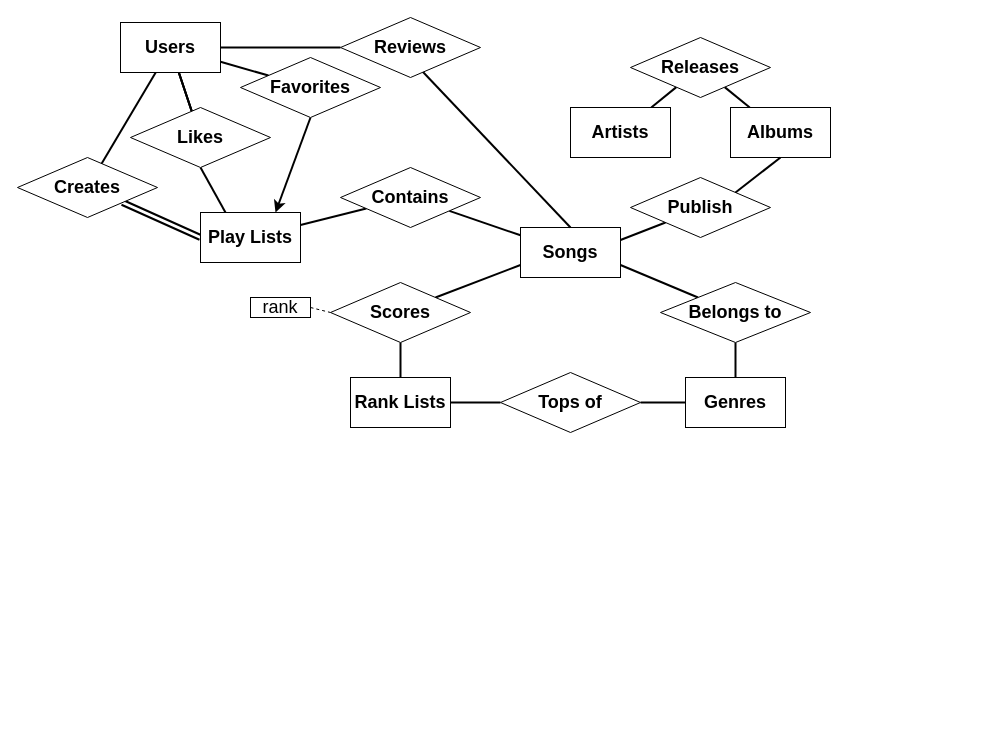
The draw.io diagram ER.drawio in 3170-musk-cattle/diagrams, before the edit. Source tidied: cells renumbered, new cells numbered last; positions are measured from the earlier drawing's top-left corner, leaving out a move shared by most shapes. Both pictures are drawn from the tidied source at 100%, with x=0, y=0 at pixel (17, 17).
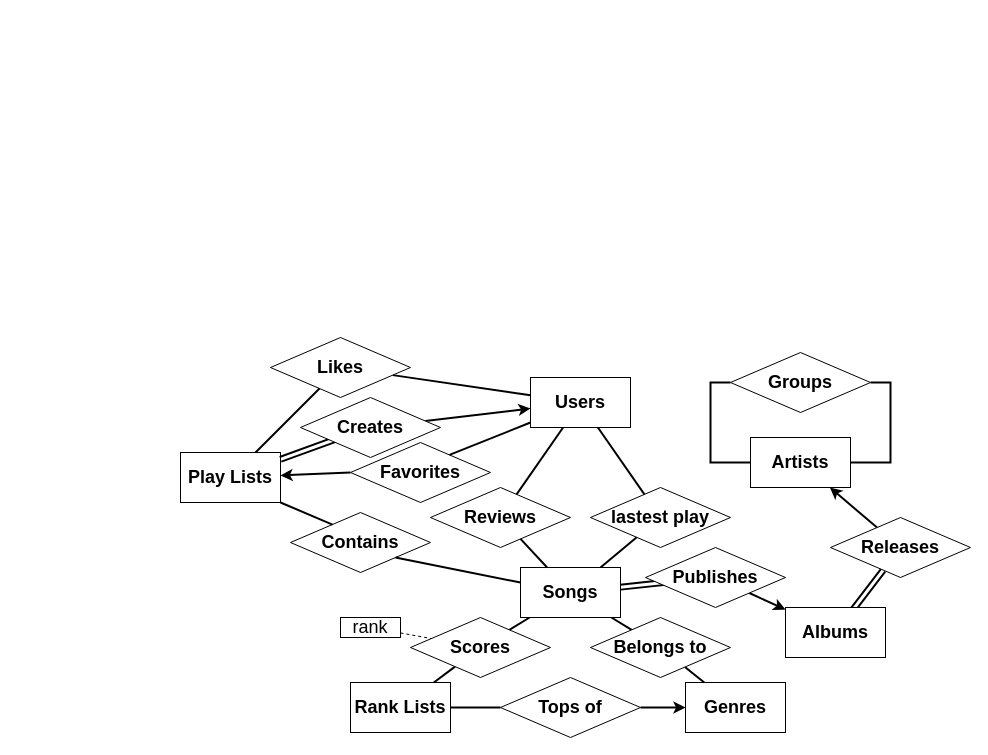
Above is the later version.

Change to the diagram source:
```diff
@@
-    <mxCell id="2" style="edgeStyle=none;rounded=0;jettySize=auto;html=1;exitX=1;exitY=1;exitDx=0;exitDy=0;entryX=0;entryY=0.5;entryDx=0;entryDy=0;fontSize=18;endArrow=none;endFill=0;strokeWidth=2;shape=link;" parent="1" edge="1" source="26" target="7">
-      <mxGeometry relative="1" as="geometry" />
-    </mxCell>
+    <mxCell id="43" style="edgeStyle=none;rounded=0;jettySize=auto;html=1;fontSize=18;startArrow=none;startFill=0;endArrow=none;endFill=0;strokeWidth=2;shape=link;entryX=0.5;entryY=0.5;entryDx=0;entryDy=0;entryPerimeter=0;" parent="1" edge="1" source="42" target="13">
+      <mxGeometry relative="1" as="geometry" />
+    </mxCell>
+    <mxCell id="44" style="edgeStyle=none;rounded=0;jettySize=auto;html=1;fontSize=18;endArrow=none;endFill=0;strokeWidth=2;" parent="1" edge="1" source="5" target="24">
+      <mxGeometry relative="1" as="geometry" />
+    </mxCell>
-    <mxCell id="3" style="edgeStyle=none;rounded=0;jettySize=auto;html=1;exitX=1;exitY=0.75;exitDx=0;exitDy=0;entryX=0;entryY=0;entryDx=0;entryDy=0;fontSize=18;endArrow=none;endFill=0;strokeWidth=2;" parent="1" edge="1" source="5" target="36">
+    <mxCell id="3" style="edgeStyle=none;rounded=0;jettySize=auto;html=1;fontSize=18;endArrow=none;endFill=0;strokeWidth=2;" parent="1" edge="1" source="5" target="36">
       <mxGeometry relative="1" as="geometry" />
     </mxCell>
-    <mxCell id="4" style="edgeStyle=none;rounded=0;jettySize=auto;html=1;exitX=1;exitY=0.25;exitDx=0;exitDy=0;entryX=0;entryY=1;entryDx=0;entryDy=0;fontSize=18;endArrow=none;endFill=0;strokeWidth=2;" parent="1" edge="1" source="5" target="34">
-      <mxGeometry relative="1" as="geometry" />
-    </mxCell>
+    <mxCell id="45" style="edgeStyle=none;rounded=0;jettySize=auto;html=1;fontSize=18;endArrow=none;endFill=0;strokeWidth=2;" parent="1" edge="1" source="5" target="53">
+      <mxGeometry relative="1" as="geometry" />
+    </mxCell>
     <mxCell id="5" value="&lt;b&gt;&lt;font style=&quot;font-size: 18px&quot;&gt;Songs&lt;/font&gt;&lt;/b&gt;" style="rounded=0;whiteSpace=wrap;html=1;" parent="1" vertex="1">
-      <mxGeometry x="503" y="210" width="100" height="50" as="geometry" />
+      <mxGeometry x="503" y="550" width="100" height="50" as="geometry" />
     </mxCell>
-    <mxCell id="6" style="edgeStyle=none;rounded=0;jettySize=auto;html=1;fontSize=18;endArrow=none;endFill=0;strokeWidth=2;" parent="1" edge="1" source="7" target="9">
-      <mxGeometry relative="1" as="geometry" />
-    </mxCell>
     <mxCell id="7" value="&lt;b&gt;&lt;font style=&quot;font-size: 18px&quot;&gt;Play Lists&lt;/font&gt;&lt;/b&gt;" style="rounded=0;whiteSpace=wrap;html=1;" parent="1" vertex="1">
-      <mxGeometry x="183" y="195" width="100" height="50" as="geometry" />
+      <mxGeometry x="163" y="435" width="100" height="50" as="geometry" />
     </mxCell>
-    <mxCell id="8" style="edgeStyle=none;rounded=0;jettySize=auto;html=1;fontSize=18;endArrow=none;endFill=0;strokeWidth=2;" parent="1" edge="1" source="9" target="5">
-      <mxGeometry relative="1" as="geometry" />
-    </mxCell>
     <mxCell id="9" value="&lt;b&gt;Contains&lt;/b&gt;" style="rhombus;whiteSpace=wrap;html=1;fontSize=18;" parent="1" vertex="1">
-      <mxGeometry x="323" y="150" width="140" height="60" as="geometry" />
+      <mxGeometry x="273" y="495" width="140" height="60" as="geometry" />
     </mxCell>
-    <mxCell id="10" style="edgeStyle=none;rounded=0;jettySize=auto;html=1;exitX=0;exitY=0.5;exitDx=0;exitDy=0;entryX=1;entryY=0.5;entryDx=0;entryDy=0;fontSize=18;endArrow=none;endFill=0;strokeWidth=2;" parent="1" edge="1" source="11" target="37">
+    <mxCell id="10" style="edgeStyle=none;rounded=0;jettySize=auto;html=1;exitX=0;exitY=0.5;exitDx=0;exitDy=0;entryX=1;entryY=0.5;entryDx=0;entryDy=0;fontSize=18;endArrow=none;endFill=0;strokeWidth=2;startArrow=classic;startFill=1;" parent="1" edge="1" source="11" target="37">
       <mxGeometry relative="1" as="geometry" />
     </mxCell>
     <mxCell id="11" value="&lt;b&gt;&lt;font style=&quot;font-size: 18px&quot;&gt;Genres&lt;br&gt;&lt;/font&gt;&lt;/b&gt;" style="rounded=0;whiteSpace=wrap;html=1;" parent="1" vertex="1">
-      <mxGeometry x="668" y="360" width="100" height="50" as="geometry" />
+      <mxGeometry x="668" y="665" width="100" height="50" as="geometry" />
     </mxCell>
-    <mxCell id="12" style="edgeStyle=none;rounded=0;jettySize=auto;html=1;fontSize=18;endArrow=none;endFill=0;strokeWidth=2;" parent="1" edge="1" source="13" target="42">
-      <mxGeometry relative="1" as="geometry" />
-    </mxCell>
-    <mxCell id="13" value="&lt;b&gt;&lt;font style=&quot;font-size: 18px&quot;&gt;Artists&lt;br&gt;&lt;/font&gt;&lt;/b&gt;" style="rounded=0;whiteSpace=wrap;html=1;" parent="1" vertex="1">
-      <mxGeometry x="553" y="90" width="100" height="50" as="geometry" />
+    <mxCell id="13" value="&lt;b&gt;&lt;font style=&quot;font-size: 18px&quot;&gt;Albums&lt;br&gt;&lt;/font&gt;&lt;/b&gt;" style="rounded=0;whiteSpace=wrap;html=1;" parent="1" vertex="1">
+      <mxGeometry x="768" y="590" width="100" height="50" as="geometry" />
     </mxCell>
+    <mxCell id="46" style="edgeStyle=orthogonalEdgeStyle;rounded=0;jettySize=auto;html=1;entryX=0;entryY=0.5;entryDx=0;entryDy=0;fontSize=18;endArrow=none;endFill=0;strokeWidth=2;exitX=0;exitY=0.5;exitDx=0;exitDy=0;" parent="1" edge="1" source="15" target="58">
+      <mxGeometry relative="1" as="geometry">
+        <Array as="points">
+          <mxPoint x="693" y="445" />
+          <mxPoint x="693" y="365" />
+        </Array>
+      </mxGeometry>
+    </mxCell>
+    <mxCell id="47" style="edgeStyle=orthogonalEdgeStyle;rounded=0;jettySize=auto;html=1;exitX=1;exitY=0.5;exitDx=0;exitDy=0;entryX=1;entryY=0.5;entryDx=0;entryDy=0;fontSize=18;endArrow=none;endFill=0;strokeWidth=2;" parent="1" edge="1" source="15" target="58">
+      <mxGeometry relative="1" as="geometry">
+        <Array as="points">
+          <mxPoint x="873" y="445" />
+          <mxPoint x="873" y="365" />
+        </Array>
+      </mxGeometry>
+    </mxCell>
-    <mxCell id="14" style="edgeStyle=none;rounded=0;jettySize=auto;html=1;fontSize=18;endArrow=none;endFill=0;strokeWidth=2;" parent="1" edge="1" source="15" target="42">
+    <mxCell id="14" style="edgeStyle=none;rounded=0;jettySize=auto;html=1;fontSize=18;startArrow=classic;startFill=1;endArrow=none;endFill=0;strokeWidth=2;" parent="1" edge="1" source="15" target="42">
       <mxGeometry relative="1" as="geometry" />
     </mxCell>
-    <mxCell id="15" value="&lt;b&gt;&lt;font style=&quot;font-size: 18px&quot;&gt;Albums&lt;/font&gt;&lt;/b&gt;" style="rounded=0;whiteSpace=wrap;html=1;" parent="1" vertex="1">
-      <mxGeometry x="713" y="90" width="100" height="50" as="geometry" />
+    <mxCell id="15" value="&lt;b&gt;&lt;font style=&quot;font-size: 18px&quot;&gt;Artists&lt;/font&gt;&lt;/b&gt;" style="rounded=0;whiteSpace=wrap;html=1;" parent="1" vertex="1">
+      <mxGeometry x="733" y="420" width="100" height="50" as="geometry" />
     </mxCell>
-    <mxCell id="16" style="edgeStyle=none;rounded=0;jettySize=auto;html=1;exitX=1;exitY=0.5;exitDx=0;exitDy=0;entryX=0;entryY=0.5;entryDx=0;entryDy=0;fontSize=18;endArrow=none;endFill=0;strokeWidth=2;" parent="1" edge="1" source="19" target="39">
-      <mxGeometry relative="1" as="geometry" />
-    </mxCell>
-    <mxCell id="17" style="edgeStyle=none;rounded=0;jettySize=auto;html=1;fontSize=18;endArrow=none;endFill=0;strokeWidth=2;" parent="1" edge="1" source="19" target="32">
-      <mxGeometry relative="1" as="geometry" />
-    </mxCell>
-    <mxCell id="18" style="edgeStyle=none;rounded=0;jettySize=auto;html=1;fontSize=18;endArrow=none;endFill=0;strokeWidth=2;" parent="1" edge="1" source="19" target="32">
-      <mxGeometry relative="1" as="geometry" />
-    </mxCell>
     <mxCell id="19" value="&lt;b&gt;&lt;font style=&quot;font-size: 18px&quot;&gt;Users&lt;/font&gt;&lt;/b&gt;" style="rounded=0;whiteSpace=wrap;html=1;" parent="1" vertex="1">
-      <mxGeometry x="103" y="5" width="100" height="50" as="geometry" />
+      <mxGeometry x="513" y="360" width="100" height="50" as="geometry" />
     </mxCell>
@@
     <mxCell id="21" value="&lt;b&gt;&lt;font style=&quot;font-size: 18px&quot;&gt;Rank Lists&lt;/font&gt;&lt;/b&gt;" style="rounded=0;whiteSpace=wrap;html=1;" parent="1" vertex="1">
-      <mxGeometry x="333" y="360" width="100" height="50" as="geometry" />
+      <mxGeometry x="333" y="665" width="100" height="50" as="geometry" />
     </mxCell>
-    <mxCell id="22" style="edgeStyle=none;rounded=0;jettySize=auto;html=1;exitX=0.5;exitY=1;exitDx=0;exitDy=0;entryX=0.5;entryY=0;entryDx=0;entryDy=0;fontSize=18;endArrow=none;endFill=0;strokeWidth=2;" parent="1" edge="1" source="24" target="21">
+    <mxCell id="22" style="edgeStyle=none;rounded=0;jettySize=auto;html=1;fontSize=18;endArrow=none;endFill=0;strokeWidth=2;" parent="1" edge="1" source="24" target="21">
       <mxGeometry relative="1" as="geometry" />
     </mxCell>
-    <mxCell id="23" style="edgeStyle=none;rounded=0;jettySize=auto;html=1;exitX=1;exitY=0;exitDx=0;exitDy=0;entryX=0;entryY=0.75;entryDx=0;entryDy=0;fontSize=18;endArrow=none;endFill=0;strokeWidth=2;" parent="1" edge="1" source="24" target="5">
-      <mxGeometry relative="1" as="geometry" />
-    </mxCell>
     <mxCell id="24" value="&lt;b&gt;Scores&lt;/b&gt;" style="rhombus;whiteSpace=wrap;html=1;fontSize=18;" parent="1" vertex="1">
-      <mxGeometry x="313" y="265" width="140" height="60" as="geometry" />
+      <mxGeometry x="393" y="600" width="140" height="60" as="geometry" />
     </mxCell>
-    <mxCell id="25" style="edgeStyle=none;rounded=0;jettySize=auto;html=1;fontSize=18;endArrow=none;endFill=0;strokeWidth=2;" parent="1" edge="1" source="26" target="19">
+    <mxCell id="25" style="edgeStyle=none;rounded=0;jettySize=auto;html=1;fontSize=18;endArrow=classic;endFill=1;strokeWidth=2;" parent="1" edge="1" source="26" target="19">
       <mxGeometry relative="1" as="geometry" />
     </mxCell>
+    <mxCell id="48" style="edgeStyle=none;rounded=0;jettySize=auto;html=1;fontSize=18;endArrow=none;endFill=0;strokeWidth=2;shape=link;" parent="1" edge="1" target="7">
+      <mxGeometry relative="1" as="geometry">
+        <mxPoint x="323" y="420" as="sourcePoint" />
+      </mxGeometry>
+    </mxCell>
     <mxCell id="26" value="&lt;b&gt;Creates&lt;/b&gt;" style="rhombus;whiteSpace=wrap;html=1;fontSize=18;" parent="1" vertex="1">
-      <mxGeometry y="140" width="140" height="60" as="geometry" />
+      <mxGeometry x="283" y="380" width="140" height="60" as="geometry" />
     </mxCell>
-    <mxCell id="27" style="edgeStyle=none;rounded=0;jettySize=auto;html=1;exitX=0.5;exitY=1;exitDx=0;exitDy=0;entryX=0.75;entryY=0;entryDx=0;entryDy=0;fontSize=18;endArrow=classic;endFill=1;strokeWidth=2;" parent="1" edge="1" source="29" target="7">
+    <mxCell id="27" style="edgeStyle=none;rounded=0;jettySize=auto;html=1;fontSize=18;endArrow=classic;endFill=1;strokeWidth=2;exitX=0;exitY=0.5;exitDx=0;exitDy=0;" parent="1" edge="1" source="29" target="7">
       <mxGeometry relative="1" as="geometry" />
     </mxCell>
-    <mxCell id="28" style="edgeStyle=none;rounded=0;jettySize=auto;html=1;fontSize=18;endArrow=none;endFill=0;strokeWidth=2;" parent="1" edge="1" source="29" target="19">
-      <mxGeometry relative="1" as="geometry" />
-    </mxCell>
     <mxCell id="29" value="&lt;b&gt;Favorites&lt;/b&gt;" style="rhombus;whiteSpace=wrap;html=1;fontSize=18;" parent="1" vertex="1">
-      <mxGeometry x="223" y="40" width="140" height="60" as="geometry" />
+      <mxGeometry x="333" y="425" width="140" height="60" as="geometry" />
     </mxCell>
-    <mxCell id="30" style="edgeStyle=none;rounded=0;jettySize=auto;html=1;exitX=0.5;exitY=1;exitDx=0;exitDy=0;entryX=0.25;entryY=0;entryDx=0;entryDy=0;fontSize=18;endArrow=none;endFill=0;strokeWidth=2;" parent="1" edge="1" source="32" target="7">
-      <mxGeometry relative="1" as="geometry" />
-    </mxCell>
@@
     <mxCell id="32" value="&lt;b&gt;Likes&lt;/b&gt;" style="rhombus;whiteSpace=wrap;html=1;fontSize=18;" parent="1" vertex="1">
-      <mxGeometry x="113" y="90" width="140" height="60" as="geometry" />
+      <mxGeometry x="253" y="320" width="140" height="60" as="geometry" />
     </mxCell>
-    <mxCell id="33" style="edgeStyle=none;rounded=0;jettySize=auto;html=1;exitX=1;exitY=0;exitDx=0;exitDy=0;entryX=0.5;entryY=1;entryDx=0;entryDy=0;fontSize=18;endArrow=none;endFill=0;strokeWidth=2;" parent="1" edge="1" source="34" target="15">
-      <mxGeometry relative="1" as="geometry" />
-    </mxCell>
+    <mxCell id="49" style="edgeStyle=none;rounded=0;jettySize=auto;html=1;fontSize=18;endArrow=none;endFill=0;strokeWidth=2;shape=link;exitX=0.464;exitY=0.5;exitDx=0;exitDy=0;exitPerimeter=0;" parent="1" edge="1" source="34" target="5">
+      <mxGeometry relative="1" as="geometry" />
+    </mxCell>
+    <mxCell id="50" style="rounded=0;jettySize=auto;html=1;fontSize=18;startArrow=none;startFill=0;endArrow=classic;endFill=1;strokeWidth=2;" parent="1" edge="1" source="34" target="13">
+      <mxGeometry relative="1" as="geometry" />
+    </mxCell>
-    <mxCell id="34" value="&lt;b&gt;Publish&lt;/b&gt;" style="rhombus;whiteSpace=wrap;html=1;fontSize=18;" parent="1" vertex="1">
-      <mxGeometry x="613" y="160" width="140" height="60" as="geometry" />
+    <mxCell id="34" value="&lt;b&gt;Publishes&lt;/b&gt;" style="rhombus;whiteSpace=wrap;html=1;fontSize=18;" parent="1" vertex="1">
+      <mxGeometry x="628" y="530" width="140" height="60" as="geometry" />
     </mxCell>
-    <mxCell id="35" style="edgeStyle=none;rounded=0;jettySize=auto;html=1;exitX=0.5;exitY=1;exitDx=0;exitDy=0;entryX=0.5;entryY=0;entryDx=0;entryDy=0;fontSize=18;endArrow=none;endFill=0;strokeWidth=2;" parent="1" edge="1" source="36" target="11">
-      <mxGeometry relative="1" as="geometry" />
-    </mxCell>
-    <mxCell id="36" value="&lt;b&gt;Belongs to&lt;/b&gt;" style="rhombus;whiteSpace=wrap;html=1;fontSize=18;" parent="1" vertex="1">
-      <mxGeometry x="643" y="265" width="150" height="60" as="geometry" />
-    </mxCell>
     <mxCell id="37" value="&lt;b&gt;Tops of&lt;/b&gt;" style="rhombus;whiteSpace=wrap;html=1;fontSize=18;" parent="1" vertex="1">
-      <mxGeometry x="483" y="355" width="140" height="60" as="geometry" />
+      <mxGeometry x="483" y="660" width="140" height="60" as="geometry" />
     </mxCell>
-    <mxCell id="38" style="edgeStyle=none;rounded=0;jettySize=auto;html=1;exitX=0.586;exitY=0.9;exitDx=0;exitDy=0;entryX=0.5;entryY=0;entryDx=0;entryDy=0;fontSize=18;endArrow=none;endFill=0;strokeWidth=2;exitPerimeter=0;" parent="1" edge="1" source="39" target="5">
-      <mxGeometry relative="1" as="geometry" />
-    </mxCell>
+    <mxCell id="51" style="edgeStyle=none;rounded=0;jettySize=auto;html=1;fontSize=18;endArrow=none;endFill=0;strokeWidth=2;" parent="1" edge="1" source="39" target="19">
+      <mxGeometry relative="1" as="geometry" />
+    </mxCell>
     <mxCell id="39" value="&lt;b&gt;Reviews&lt;/b&gt;" style="rhombus;whiteSpace=wrap;html=1;fontSize=18;" parent="1" vertex="1">
-      <mxGeometry x="323" width="140" height="60" as="geometry" />
+      <mxGeometry x="413" y="470" width="140" height="60" as="geometry" />
     </mxCell>
-    <mxCell id="40" style="edgeStyle=none;rounded=0;jettySize=auto;html=1;exitX=1;exitY=0.5;exitDx=0;exitDy=0;entryX=0;entryY=0.5;entryDx=0;entryDy=0;fontSize=18;endArrow=none;endFill=0;strokeWidth=1;dashed=1;" parent="1" edge="1" source="41" target="24">
+    <mxCell id="40" style="edgeStyle=none;rounded=0;jettySize=auto;html=1;fontSize=18;endArrow=none;endFill=0;strokeWidth=1;dashed=1;" parent="1" edge="1" source="41" target="24">
       <mxGeometry relative="1" as="geometry" />
     </mxCell>
     <mxCell id="41" value="rank" style="rounded=0;whiteSpace=wrap;html=1;fontSize=18;" parent="1" vertex="1">
-      <mxGeometry x="233" y="280" width="60" height="20" as="geometry" />
+      <mxGeometry x="323" y="600" width="60" height="20" as="geometry" />
     </mxCell>
     <mxCell id="42" value="&lt;b&gt;Releases&lt;/b&gt;" style="rhombus;whiteSpace=wrap;html=1;fontSize=18;" parent="1" vertex="1">
-      <mxGeometry x="613" y="20" width="140" height="60" as="geometry" />
+      <mxGeometry x="813" y="500" width="140" height="60" as="geometry" />
     </mxCell>
+    <mxCell id="52" style="edgeStyle=none;rounded=0;jettySize=auto;html=1;fontSize=18;endArrow=none;endFill=0;strokeWidth=2;" parent="1" edge="1" source="53" target="19">
+      <mxGeometry relative="1" as="geometry" />
+    </mxCell>
+    <mxCell id="53" value="&lt;b&gt;lastest play&lt;/b&gt;" style="rhombus;whiteSpace=wrap;html=1;fontSize=18;" parent="1" vertex="1">
+      <mxGeometry x="573" y="470" width="140" height="60" as="geometry" />
+    </mxCell>
+    <mxCell id="35" style="edgeStyle=none;rounded=0;jettySize=auto;html=1;fontSize=18;endArrow=none;endFill=0;strokeWidth=2;" parent="1" edge="1" source="36" target="11">
+      <mxGeometry relative="1" as="geometry" />
+    </mxCell>
+    <mxCell id="36" value="&lt;b&gt;Belongs to&lt;/b&gt;" style="rhombus;whiteSpace=wrap;html=1;fontSize=18;" parent="1" vertex="1">
+      <mxGeometry x="573" y="600" width="140" height="60" as="geometry" />
+    </mxCell>
+    <mxCell id="54" style="endArrow=none;html=1;rounded=0;fontSize=18;strokeWidth=2;" parent="1" edge="1" source="5" target="39">
+      <mxGeometry relative="1" as="geometry" />
+    </mxCell>
+    <mxCell id="55" style="endArrow=none;html=1;rounded=0;fontSize=18;strokeWidth=2;entryX=1;entryY=1;entryDx=0;entryDy=0;" parent="1" edge="1" source="5" target="9">
+      <mxGeometry relative="1" as="geometry" />
+    </mxCell>
+    <mxCell id="28" style="endArrow=none;html=1;rounded=0;fontSize=18;strokeWidth=2;exitX=0.707;exitY=0.207;exitDx=0;exitDy=0;exitPerimeter=0;" parent="1" edge="1" source="29" target="19">
+      <mxGeometry relative="1" as="geometry" />
+    </mxCell>
+    <mxCell id="56" style="endArrow=none;html=1;rounded=0;fontSize=18;strokeWidth=2;exitX=0.3;exitY=0.201;exitDx=0;exitDy=0;exitPerimeter=0;entryX=1;entryY=1;entryDx=0;entryDy=0;" parent="1" edge="1" source="9" target="7">
+      <mxGeometry relative="1" as="geometry" />
+    </mxCell>
+    <mxCell id="57" style="endArrow=none;html=1;rounded=0;fontSize=18;strokeWidth=2;" parent="1" edge="1" source="7" target="32">
+      <mxGeometry relative="1" as="geometry" />
+    </mxCell>
+    <mxCell id="58" value="&lt;b&gt;Groups&lt;/b&gt;" style="rhombus;whiteSpace=wrap;html=1;fontSize=18;" parent="1" vertex="1">
+      <mxGeometry x="713" y="335" width="140" height="60" as="geometry" />
+    </mxCell>
```
